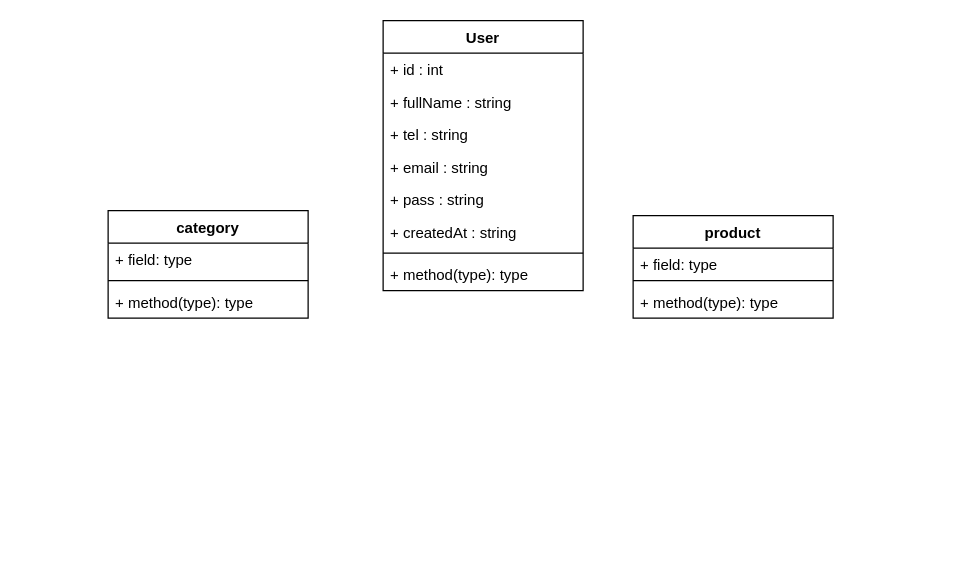
The draw.io diagram classdiagram.drawio in YouCodeSchool/ShopNow, before the edit. Source tidied: cells renumbered, new cells numbered last; positions are measured from the earlier drawing's top-left corner, leaving out a move shared by most shapes. Both pictures are drawn from the tidied source at 125%, with x=0, y=0 at pixel (108, 20).
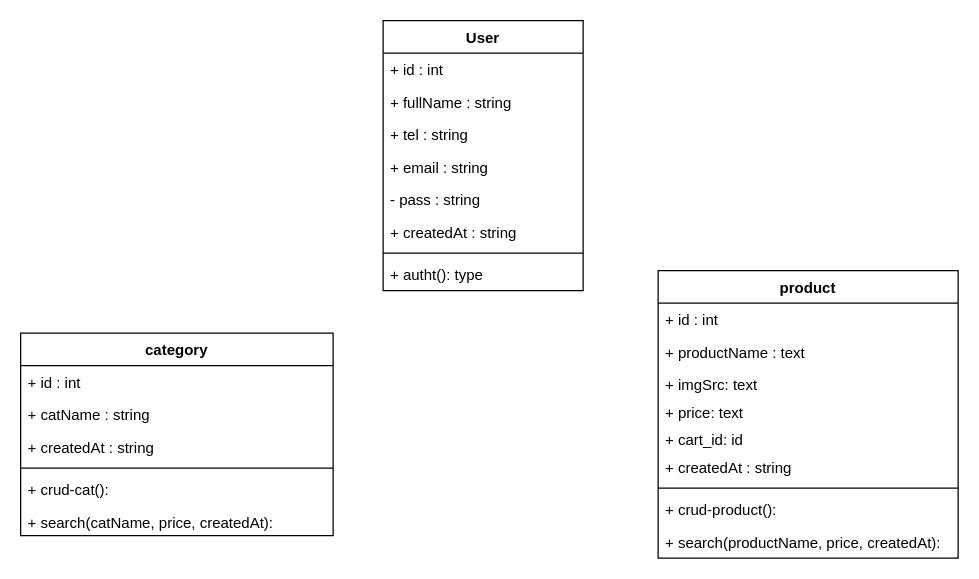
After the change.

Unchanged cells that the change refers to:
```xml
<mxCell id="2" value="User" style="swimlane;fontStyle=1;align=center;verticalAlign=top;horizontal=1;startSize=26;" parent="1" vertex="1">
  <mxGeometry x="220" width="160" height="216" as="geometry" />
</mxCell>
```

The edit, as a diff of the source:
```diff
@@
-    <mxCell id="7" value="+ pass : string" style="text;strokeColor=none;fillColor=none;align=left;verticalAlign=top;spacingLeft=4;spacingRight=4;overflow=hidden;" parent="2" vertex="1">
+    <mxCell id="7" value="- pass : string" style="text;strokeColor=none;fillColor=none;align=left;verticalAlign=top;spacingLeft=4;spacingRight=4;overflow=hidden;" parent="2" vertex="1">
       <mxGeometry y="130" width="160" height="26" as="geometry" />
     </mxCell>
@@
-    <mxCell id="10" value="+ method(type): type" style="text;strokeColor=none;fillColor=none;align=left;verticalAlign=top;spacingLeft=4;spacingRight=4;overflow=hidden;" parent="2" vertex="1">
-      <mxGeometry y="190" width="160" height="26" as="geometry" />
-    </mxCell>
+    <mxCell id="20" value="+ autht(): type" style="text;strokeColor=none;fillColor=none;align=left;verticalAlign=top;spacingLeft=4;spacingRight=4;overflow=hidden;" parent="2" vertex="1">
+      <mxGeometry y="190" width="160" height="26" as="geometry" />
+    </mxCell>
@@
     <mxCell id="12" value="category" style="swimlane;fontStyle=1;align=center;verticalAlign=top;horizontal=1;startSize=26;" parent="1" vertex="1">
-      <mxGeometry y="152" width="160" height="86" as="geometry" />
+      <mxGeometry x="-70" y="250" width="250" height="162" as="geometry" />
     </mxCell>
-    <mxCell id="13" value="+ field: type" style="text;strokeColor=none;fillColor=none;align=left;verticalAlign=top;spacingLeft=4;spacingRight=4;overflow=hidden;" parent="12" vertex="1">
-      <mxGeometry y="26" width="160" height="26" as="geometry" />
-    </mxCell>
+    <mxCell id="21" value="+ id : int " style="text;strokeColor=none;fillColor=none;align=left;verticalAlign=top;spacingLeft=4;spacingRight=4;overflow=hidden;" parent="12" vertex="1">
+      <mxGeometry y="26" width="250" height="26" as="geometry" />
+    </mxCell>
+    <mxCell id="22" value="+ catName : string" style="text;strokeColor=none;fillColor=none;align=left;verticalAlign=top;spacingLeft=4;spacingRight=4;overflow=hidden;" parent="12" vertex="1">
+      <mxGeometry y="52" width="250" height="26" as="geometry" />
+    </mxCell>
+    <mxCell id="23" value="+ createdAt : string" style="text;strokeColor=none;fillColor=none;align=left;verticalAlign=top;spacingLeft=4;spacingRight=4;overflow=hidden;" parent="12" vertex="1">
+      <mxGeometry y="78" width="250" height="26" as="geometry" />
+    </mxCell>
     <mxCell id="14" style="line;strokeWidth=1;fillColor=none;align=left;verticalAlign=middle;spacingTop=-1;spacingLeft=3;spacingRight=3;labelPosition=right;" parent="12" vertex="1">
-      <mxGeometry y="52" width="160" height="8" as="geometry" />
+      <mxGeometry y="104" width="250" height="8" as="geometry" />
     </mxCell>
-    <mxCell id="15" value="+ method(type): type" style="text;strokeColor=none;fillColor=none;align=left;verticalAlign=top;spacingLeft=4;spacingRight=4;overflow=hidden;" parent="12" vertex="1">
-      <mxGeometry y="60" width="160" height="26" as="geometry" />
-    </mxCell>
+    <mxCell id="24" value="+ crud-cat(): " style="text;strokeColor=none;fillColor=none;align=left;verticalAlign=top;spacingLeft=4;spacingRight=4;overflow=hidden;" parent="12" vertex="1">
+      <mxGeometry y="112" width="250" height="26" as="geometry" />
+    </mxCell>
+    <mxCell id="25" value="+ search(catName, price, createdAt): " style="text;strokeColor=none;fillColor=none;align=left;verticalAlign=top;spacingLeft=4;spacingRight=4;overflow=hidden;" parent="12" vertex="1">
+      <mxGeometry y="138" width="250" height="24" as="geometry" />
+    </mxCell>
     <mxCell id="16" value="product" style="swimlane;fontStyle=1;align=center;verticalAlign=top;horizontal=1;startSize=26;" parent="1" vertex="1">
-      <mxGeometry x="420" y="156" width="160" height="82" as="geometry" />
+      <mxGeometry x="440" y="200" width="240" height="230" as="geometry" />
     </mxCell>
+    <mxCell id="26" value="+ id : int " style="text;strokeColor=none;fillColor=none;align=left;verticalAlign=top;spacingLeft=4;spacingRight=4;overflow=hidden;" parent="16" vertex="1">
+      <mxGeometry y="26" width="240" height="26" as="geometry" />
+    </mxCell>
+    <mxCell id="27" value="+ productName : text" style="text;strokeColor=none;fillColor=none;align=left;verticalAlign=top;spacingLeft=4;spacingRight=4;overflow=hidden;" parent="16" vertex="1">
+      <mxGeometry y="52" width="240" height="26" as="geometry" />
+    </mxCell>
-    <mxCell id="17" value="+ field: type" style="text;strokeColor=none;fillColor=none;align=left;verticalAlign=top;spacingLeft=4;spacingRight=4;overflow=hidden;" parent="16" vertex="1">
-      <mxGeometry y="26" width="160" height="22" as="geometry" />
+    <mxCell id="17" value="+ imgSrc: text" style="text;strokeColor=none;fillColor=none;align=left;verticalAlign=top;spacingLeft=4;spacingRight=4;overflow=hidden;" parent="16" vertex="1">
+      <mxGeometry y="78" width="240" height="22" as="geometry" />
     </mxCell>
+    <mxCell id="28" value="+ price: text" style="text;strokeColor=none;fillColor=none;align=left;verticalAlign=top;spacingLeft=4;spacingRight=4;overflow=hidden;" parent="16" vertex="1">
+      <mxGeometry y="100" width="240" height="22" as="geometry" />
+    </mxCell>
+    <mxCell id="29" value="+ cart_id: id" style="text;strokeColor=none;fillColor=none;align=left;verticalAlign=top;spacingLeft=4;spacingRight=4;overflow=hidden;" parent="16" vertex="1">
+      <mxGeometry y="122" width="240" height="22" as="geometry" />
+    </mxCell>
+    <mxCell id="30" value="+ createdAt : string" style="text;strokeColor=none;fillColor=none;align=left;verticalAlign=top;spacingLeft=4;spacingRight=4;overflow=hidden;" parent="16" vertex="1">
+      <mxGeometry y="144" width="240" height="26" as="geometry" />
+    </mxCell>
     <mxCell id="18" style="line;strokeWidth=1;fillColor=none;align=left;verticalAlign=middle;spacingTop=-1;spacingLeft=3;spacingRight=3;labelPosition=right;" parent="16" vertex="1">
-      <mxGeometry y="48" width="160" height="8" as="geometry" />
+      <mxGeometry y="170" width="240" height="8" as="geometry" />
     </mxCell>
-    <mxCell id="19" value="+ method(type): type" style="text;strokeColor=none;fillColor=none;align=left;verticalAlign=top;spacingLeft=4;spacingRight=4;overflow=hidden;" parent="16" vertex="1">
-      <mxGeometry y="56" width="160" height="26" as="geometry" />
-    </mxCell>
+    <mxCell id="31" value="+ crud-product(): " style="text;strokeColor=none;fillColor=none;align=left;verticalAlign=top;spacingLeft=4;spacingRight=4;overflow=hidden;" parent="16" vertex="1">
+      <mxGeometry y="178" width="240" height="26" as="geometry" />
+    </mxCell>
+    <mxCell id="10" value="+ search(productName, price, createdAt): " style="text;strokeColor=none;fillColor=none;align=left;verticalAlign=top;spacingLeft=4;spacingRight=4;overflow=hidden;" parent="16" vertex="1">
+      <mxGeometry y="204" width="240" height="26" as="geometry" />
+    </mxCell>
```
